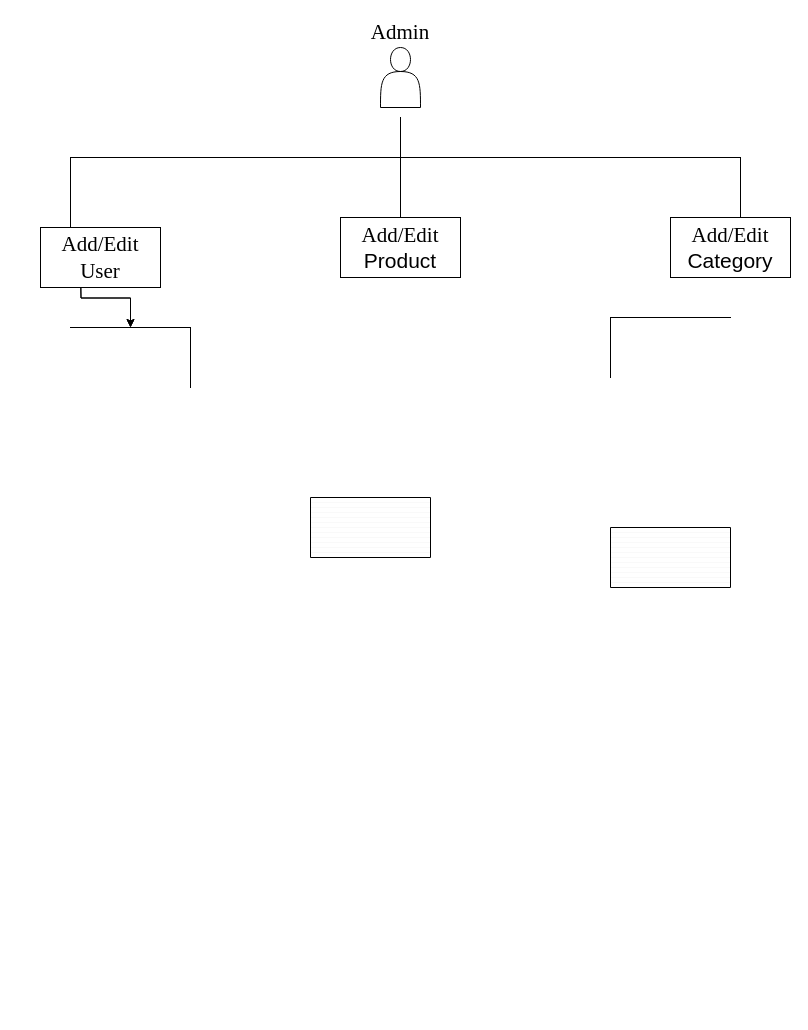
Before: Untitled Diagram.drawio in Joshdammy22/INVENTORY-MANAGEMENT, a draw.io diagram. Source tidied: cells renumbered, new cells numbered last; positions are measured from the earlier drawing's top-left corner, leaving out a move shared by most shapes. Both pictures are drawn from the tidied source at 100%, with x=0, y=0 at pixel (40, 17).
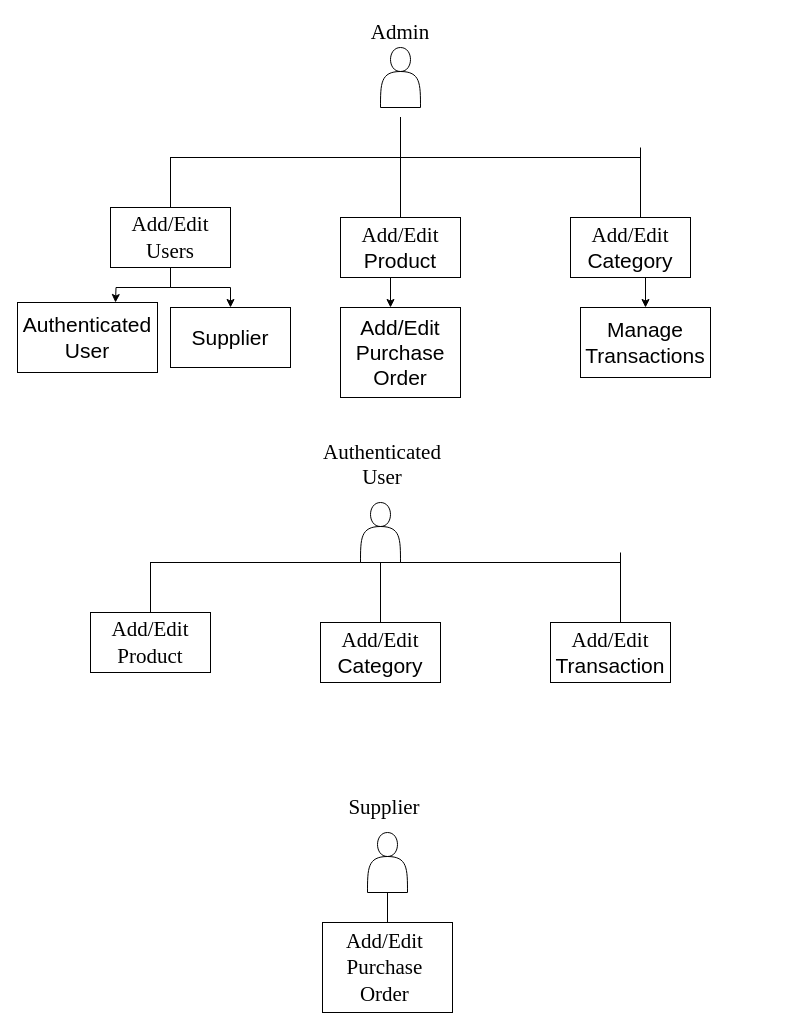
After the change.

Commit message:
Update Input Design Diagram.drawio

Unchanged cells that the change refers to:
```xml
<mxCell id="15" value="&lt;font face=&quot;Times New Roman&quot;&gt;Add/Edit&lt;/font&gt;&lt;div&gt;&lt;font face=&quot;MfvcB_Ul_9OpXYYb11lW&quot;&gt;Product&lt;/font&gt;&lt;/div&gt;" style="rounded=0;whiteSpace=wrap;html=1;fontSize=21;" parent="1" vertex="1">
  <mxGeometry x="300" y="200" width="120" height="60" as="geometry" />
</mxCell>
```

The edit, as a diff of the source:
```diff
@@
     <mxCell id="3" style="shape=partialRectangle;whiteSpace=wrap;html=1;top=0;left=0;fillColor=none;" parent="1" vertex="1">
-      <mxGeometry x="30" y="100" width="330" height="40" as="geometry" />
+      <mxGeometry x="130" y="100" width="230" height="40" as="geometry" />
     </mxCell>
     <mxCell id="4" style="shape=partialRectangle;whiteSpace=wrap;html=1;top=0;left=0;fillColor=none;direction=east;flipH=1;" parent="1" vertex="1">
-      <mxGeometry x="360" y="100" width="340" height="40" as="geometry" />
+      <mxGeometry x="360" y="100" width="240" height="40" as="geometry" />
     </mxCell>
@@
     <mxCell id="6" style="endArrow=none;html=1;rounded=0;" parent="1" edge="1">
       <mxGeometry relative="1" as="geometry">
-        <mxPoint x="30" y="140" as="sourcePoint" />
-        <mxPoint x="30" y="220" as="targetPoint" />
+        <mxPoint x="130" y="140" as="sourcePoint" />
+        <mxPoint x="130" y="220" as="targetPoint" />
       </mxGeometry>
     </mxCell>
     <mxCell id="7" style="endArrow=none;html=1;rounded=0;" parent="1" edge="1">
       <mxGeometry relative="1" as="geometry">
-        <mxPoint x="700" y="140" as="sourcePoint" />
-        <mxPoint x="700" y="220" as="targetPoint" />
+        <mxPoint x="600" y="130" as="sourcePoint" />
+        <mxPoint x="600" y="210" as="targetPoint" />
       </mxGeometry>
     </mxCell>
-    <mxCell id="8" style="edgeStyle=orthogonalEdgeStyle;rounded=0;jettySize=auto;html=1;" parent="1" edge="1" target="12">
-      <mxGeometry relative="1" as="geometry">
-        <mxPoint x="40" y="250" as="sourcePoint" />
-      </mxGeometry>
-    </mxCell>
-    <mxCell id="9" style="edgeStyle=orthogonalEdgeStyle;rounded=0;jettySize=auto;html=1;" parent="1" edge="1" target="12">
-      <mxGeometry relative="1" as="geometry">
-        <mxPoint x="40" y="250" as="sourcePoint" />
-      </mxGeometry>
-    </mxCell>
-    <mxCell id="10" style="verticalLabelPosition=bottom;verticalAlign=top;html=1;shape=mxgraph.basic.patternFillRect;fillStyle=hor;step=5;fillStrokeWidth=0.2;fillStrokeColor=#dddddd;" parent="1" vertex="1">
-      <mxGeometry x="270" y="480" width="120" height="60" as="geometry" />
-    </mxCell>
-    <mxCell id="11" style="verticalLabelPosition=bottom;verticalAlign=top;html=1;shape=mxgraph.basic.patternFillRect;fillStyle=hor;step=5;fillStrokeWidth=0.2;fillStrokeColor=#dddddd;" parent="1" vertex="1">
-      <mxGeometry x="570" y="510" width="120" height="60" as="geometry" />
-    </mxCell>
-    <mxCell id="12" style="shape=partialRectangle;whiteSpace=wrap;html=1;bottom=0;right=0;fillColor=none;flipH=1;" parent="1" vertex="1">
-      <mxGeometry x="30" y="310" width="120" height="60" as="geometry" />
-    </mxCell>
-    <mxCell id="13" style="shape=partialRectangle;whiteSpace=wrap;html=1;bottom=0;right=0;fillColor=none;" parent="1" vertex="1">
-      <mxGeometry x="570" y="300" width="120" height="60" as="geometry" />
-    </mxCell>
+    <mxCell id="18" style="edgeStyle=orthogonalEdgeStyle;rounded=0;jettySize=auto;html=1;exitX=0.5;exitY=1;exitDx=0;exitDy=0;entryX=0.75;entryY=0;entryDx=0;entryDy=0;" parent="1" edge="1" source="14">
+      <mxGeometry relative="1" as="geometry">
+        <mxPoint x="75" y="285" as="targetPoint" />
+      </mxGeometry>
+    </mxCell>
+    <mxCell id="19" style="edgeStyle=orthogonalEdgeStyle;rounded=0;jettySize=auto;html=1;exitX=0.5;exitY=1;exitDx=0;exitDy=0;entryX=0.5;entryY=0;entryDx=0;entryDy=0;" parent="1" edge="1" source="14" target="23">
+      <mxGeometry relative="1" as="geometry" />
+    </mxCell>
-    <mxCell id="14" value="&lt;font face=&quot;Times New Roman&quot;&gt;Add/Edit&lt;/font&gt;&lt;div&gt;&lt;font face=&quot;Times New Roman&quot;&gt;User&lt;/font&gt;&lt;/div&gt;" style="rounded=0;whiteSpace=wrap;html=1;fontSize=21;" parent="1" vertex="1">
-      <mxGeometry y="210" width="120" height="60" as="geometry" />
+    <mxCell id="14" value="&lt;font face=&quot;Times New Roman&quot;&gt;Add/Edit&lt;/font&gt;&lt;div&gt;&lt;font face=&quot;Times New Roman&quot;&gt;Users&lt;/font&gt;&lt;/div&gt;" style="rounded=0;whiteSpace=wrap;html=1;fontSize=21;" parent="1" vertex="1">
+      <mxGeometry x="70" y="190" width="120" height="60" as="geometry" />
     </mxCell>
+    <mxCell id="20" style="edgeStyle=orthogonalEdgeStyle;rounded=0;jettySize=auto;html=1;exitX=0.5;exitY=1;exitDx=0;exitDy=0;entryX=0.25;entryY=0;entryDx=0;entryDy=0;" parent="1" edge="1" source="15">
+      <mxGeometry relative="1" as="geometry">
+        <mxPoint x="350" y="290" as="targetPoint" />
+      </mxGeometry>
+    </mxCell>
@@
+    <mxCell id="21" style="edgeStyle=orthogonalEdgeStyle;rounded=0;jettySize=auto;html=1;exitX=0.5;exitY=1;exitDx=0;exitDy=0;entryX=0.5;entryY=0;entryDx=0;entryDy=0;" parent="1" edge="1" source="16" target="25">
+      <mxGeometry relative="1" as="geometry" />
+    </mxCell>
     <mxCell id="16" value="&lt;font face=&quot;Times New Roman&quot;&gt;Add/Edit&lt;/font&gt;&lt;div&gt;&lt;font face=&quot;iBDMKqEGsUD5Be-Ob0pg&quot;&gt;Category&lt;/font&gt;&lt;/div&gt;" style="rounded=0;whiteSpace=wrap;html=1;fontSize=21;" parent="1" vertex="1">
-      <mxGeometry x="630" y="200" width="120" height="60" as="geometry" />
+      <mxGeometry x="530" y="200" width="120" height="60" as="geometry" />
     </mxCell>
@@
+    <mxCell id="22" value="Authenticated User" style="rounded=0;whiteSpace=wrap;html=1;fontSize=21;" parent="1" vertex="1">
+      <mxGeometry x="-23" y="285" width="140" height="70" as="geometry" />
+    </mxCell>
+    <mxCell id="23" value="Supplier" style="rounded=0;whiteSpace=wrap;html=1;fontSize=21;" parent="1" vertex="1">
+      <mxGeometry x="130" y="290" width="120" height="60" as="geometry" />
+    </mxCell>
+    <mxCell id="24" value="Add/Edit&lt;div&gt;Purchase Order&lt;/div&gt;" style="rounded=0;whiteSpace=wrap;html=1;fontSize=21;" parent="1" vertex="1">
+      <mxGeometry x="300" y="290" width="120" height="90" as="geometry" />
+    </mxCell>
+    <mxCell id="25" value="&lt;span style=&quot;background-color: initial;&quot;&gt;Manage&lt;/span&gt;&lt;div&gt;&lt;span style=&quot;background-color: initial;&quot;&gt;Transactions&lt;/span&gt;&lt;/div&gt;" style="rounded=0;whiteSpace=wrap;html=1;fontSize=21;" parent="1" vertex="1">
+      <mxGeometry x="540" y="290" width="130" height="70" as="geometry" />
+    </mxCell>
+    <mxCell id="26" style="shape=partialRectangle;whiteSpace=wrap;html=1;top=0;left=0;fillColor=none;" parent="1" vertex="1">
+      <mxGeometry x="110" y="505" width="230" height="40" as="geometry" />
+    </mxCell>
+    <mxCell id="27" style="shape=partialRectangle;whiteSpace=wrap;html=1;top=0;left=0;fillColor=none;direction=east;flipH=1;" parent="1" vertex="1">
+      <mxGeometry x="340" y="505" width="240" height="40" as="geometry" />
+    </mxCell>
+    <mxCell id="28" style="endArrow=none;html=1;rounded=0;" parent="1" edge="1">
+      <mxGeometry relative="1" as="geometry">
+        <mxPoint x="340" y="525" as="sourcePoint" />
+        <mxPoint x="340" y="605" as="targetPoint" />
+      </mxGeometry>
+    </mxCell>
+    <mxCell id="29" style="endArrow=none;html=1;rounded=0;" parent="1" edge="1">
+      <mxGeometry relative="1" as="geometry">
+        <mxPoint x="110" y="545" as="sourcePoint" />
+        <mxPoint x="110" y="625" as="targetPoint" />
+      </mxGeometry>
+    </mxCell>
+    <mxCell id="30" style="endArrow=none;html=1;rounded=0;" parent="1" edge="1">
+      <mxGeometry relative="1" as="geometry">
+        <mxPoint x="580" y="535" as="sourcePoint" />
+        <mxPoint x="580" y="615" as="targetPoint" />
+      </mxGeometry>
+    </mxCell>
+    <mxCell id="31" value="&lt;font face=&quot;Times New Roman&quot;&gt;Add/Edit&lt;/font&gt;&lt;div&gt;&lt;font face=&quot;Times New Roman&quot;&gt;Product&lt;/font&gt;&lt;/div&gt;" style="rounded=0;whiteSpace=wrap;html=1;fontSize=21;" parent="1" vertex="1">
+      <mxGeometry x="50" y="595" width="120" height="60" as="geometry" />
+    </mxCell>
+    <mxCell id="32" value="&lt;font face=&quot;Times New Roman&quot;&gt;Add/Edit&lt;/font&gt;&lt;div&gt;&lt;font face=&quot;MfvcB_Ul_9OpXYYb11lW&quot;&gt;Category&lt;/font&gt;&lt;/div&gt;" style="rounded=0;whiteSpace=wrap;html=1;fontSize=21;" parent="1" vertex="1">
+      <mxGeometry x="280" y="605" width="120" height="60" as="geometry" />
+    </mxCell>
+    <mxCell id="33" value="&lt;font face=&quot;Times New Roman&quot;&gt;Add/Edit&lt;/font&gt;&lt;div&gt;&lt;font face=&quot;iBDMKqEGsUD5Be-Ob0pg&quot;&gt;Transaction&lt;/font&gt;&lt;/div&gt;" style="rounded=0;whiteSpace=wrap;html=1;fontSize=21;" parent="1" vertex="1">
+      <mxGeometry x="510" y="605" width="120" height="60" as="geometry" />
+    </mxCell>
+    <mxCell id="34" value="&lt;span style=&quot;font-family: &amp;quot;Times New Roman&amp;quot;; font-size: 21px;&quot;&gt;Authenticated&lt;/span&gt;&lt;br&gt;&lt;div&gt;&lt;span style=&quot;font-family: &amp;quot;Times New Roman&amp;quot;; font-size: 21px; background-color: initial;&quot;&gt;User&lt;/span&gt;&lt;br&gt;&lt;/div&gt;&lt;div&gt;&lt;span style=&quot;font-family: &amp;quot;Times New Roman&amp;quot;; font-size: 21px;&quot;&gt;&lt;br&gt;&lt;/span&gt;&lt;/div&gt;" style="text;html=1;align=center;verticalAlign=middle;whiteSpace=wrap;rounded=0;" parent="1" vertex="1">
+      <mxGeometry x="312" y="445" width="60" height="30" as="geometry" />
+    </mxCell>
+    <mxCell id="35" style="shape=actor;whiteSpace=wrap;html=1;" parent="1" vertex="1">
+      <mxGeometry x="320" y="485" width="40" height="60" as="geometry" />
+    </mxCell>
+    <mxCell id="36" style="endArrow=none;html=1;rounded=0;" parent="1" edge="1">
+      <mxGeometry relative="1" as="geometry">
+        <mxPoint x="347" y="855" as="sourcePoint" />
+        <mxPoint x="347" y="935" as="targetPoint" />
+      </mxGeometry>
+    </mxCell>
+    <mxCell id="37" value="&lt;font face=&quot;Times New Roman&quot;&gt;Add/Edit&amp;nbsp;&lt;br&gt;Purchase&amp;nbsp;&lt;br&gt;Order&amp;nbsp;&lt;/font&gt;" style="rounded=0;whiteSpace=wrap;html=1;fontSize=21;" parent="1" vertex="1">
+      <mxGeometry x="282" y="905" width="130" height="90" as="geometry" />
+    </mxCell>
+    <mxCell id="38" style="shape=actor;whiteSpace=wrap;html=1;" parent="1" vertex="1">
+      <mxGeometry x="327" y="815" width="40" height="60" as="geometry" />
+    </mxCell>
+    <mxCell id="39" value="&lt;span style=&quot;font-family: &amp;quot;Times New Roman&amp;quot;; font-size: 21px;&quot;&gt;Supplier&lt;/span&gt;" style="text;html=1;align=center;verticalAlign=middle;whiteSpace=wrap;rounded=0;" parent="1" vertex="1">
+      <mxGeometry x="314" y="775" width="60" height="30" as="geometry" />
+    </mxCell>
```
